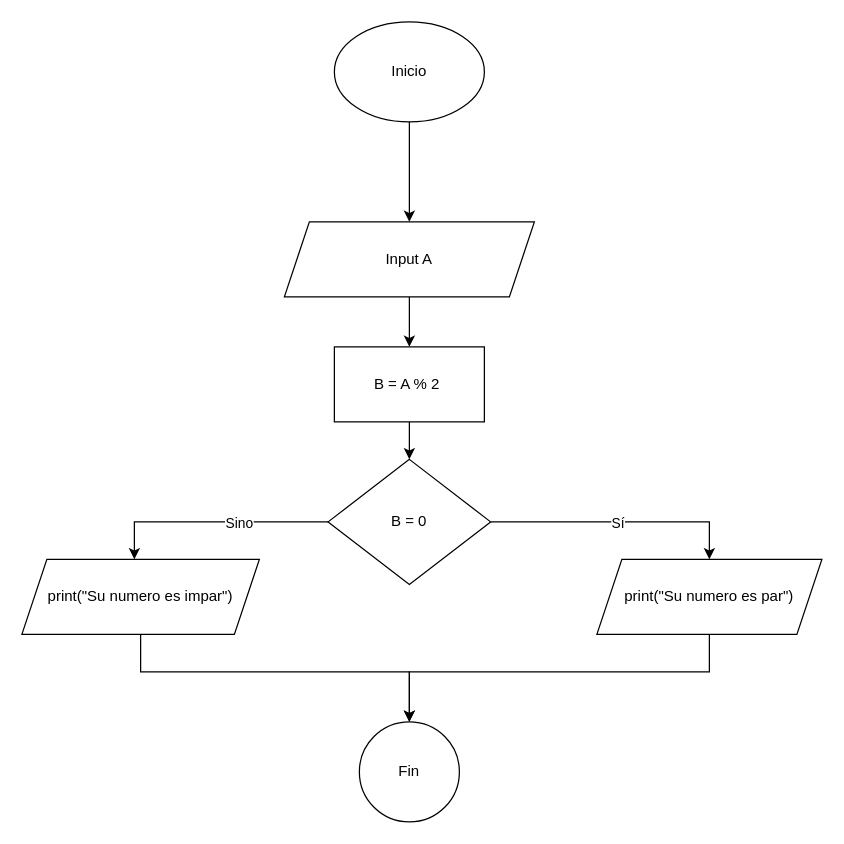
Earlier version of the draw.io diagram Diagrama Par e Impar.drawio (dreyesr1/soft-301-leccion-3). Source tidied: cells renumbered, new cells numbered last; positions are measured from the earlier drawing's top-left corner, leaving out a move shared by most shapes. Both pictures are drawn from the tidied source at 125%, with x=0, y=0 at pixel (21, 21).
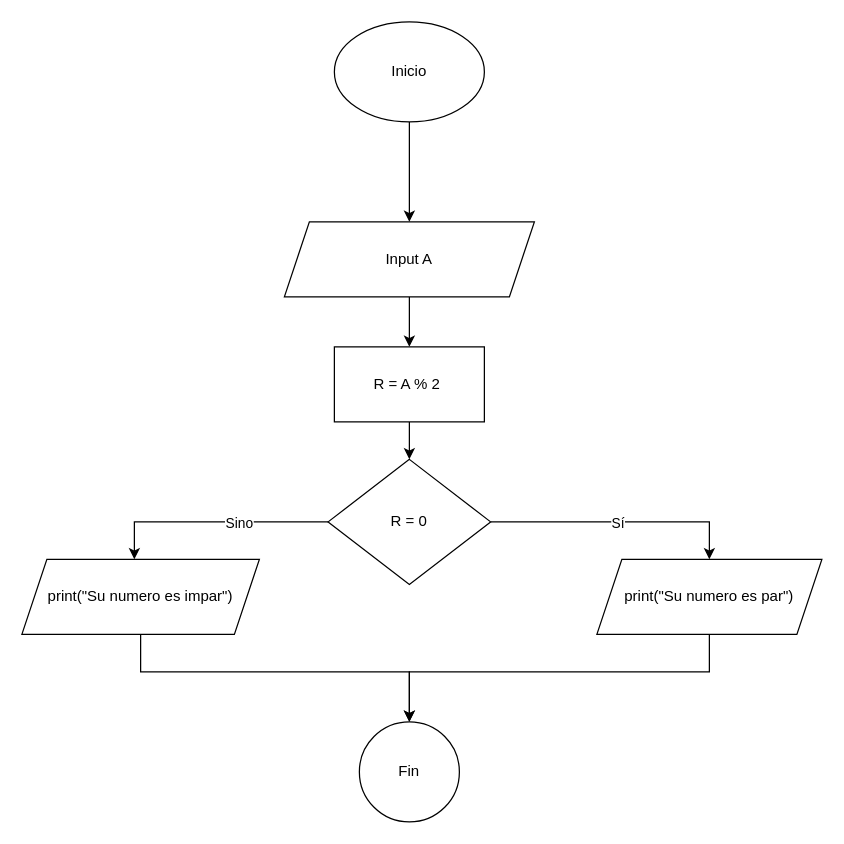
The same page after the edit.

Diff of the diagram source:
```diff
@@
-    <mxCell id="7" value="B = A % 2&amp;nbsp;" style="whiteSpace=wrap;html=1;" parent="1" vertex="1">
+    <mxCell id="7" value="R = A % 2&amp;nbsp;" style="whiteSpace=wrap;html=1;" parent="1" vertex="1">
       <mxGeometry x="250" y="260" width="120" height="60" as="geometry" />
     </mxCell>
@@
-    <mxCell id="12" value="B = 0" style="rhombus;whiteSpace=wrap;html=1;" parent="1" vertex="1">
+    <mxCell id="12" value="R = 0" style="rhombus;whiteSpace=wrap;html=1;" parent="1" vertex="1">
       <mxGeometry x="245" y="350" width="130" height="100" as="geometry" />
     </mxCell>
```
